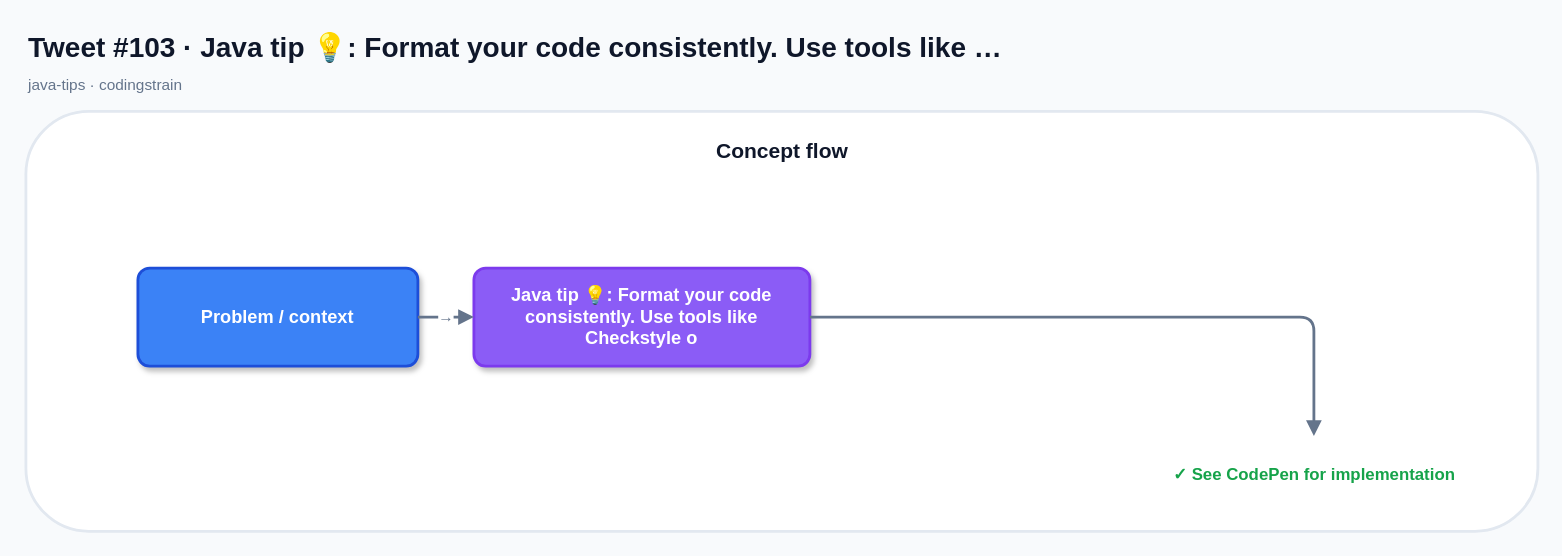
Above: x-posts-examples/generated-x-posts/drawio/tweet-103.drawio in mcasari/codingstrain (draw.io), before the change. Source tidied: cells renumbered, new cells numbered last; positions are measured from the earlier drawing's top-left corner, leaving out a move shared by most shapes. Both pictures are drawn from the tidied source at 140%, with x=0, y=0 at pixel (25, 24).
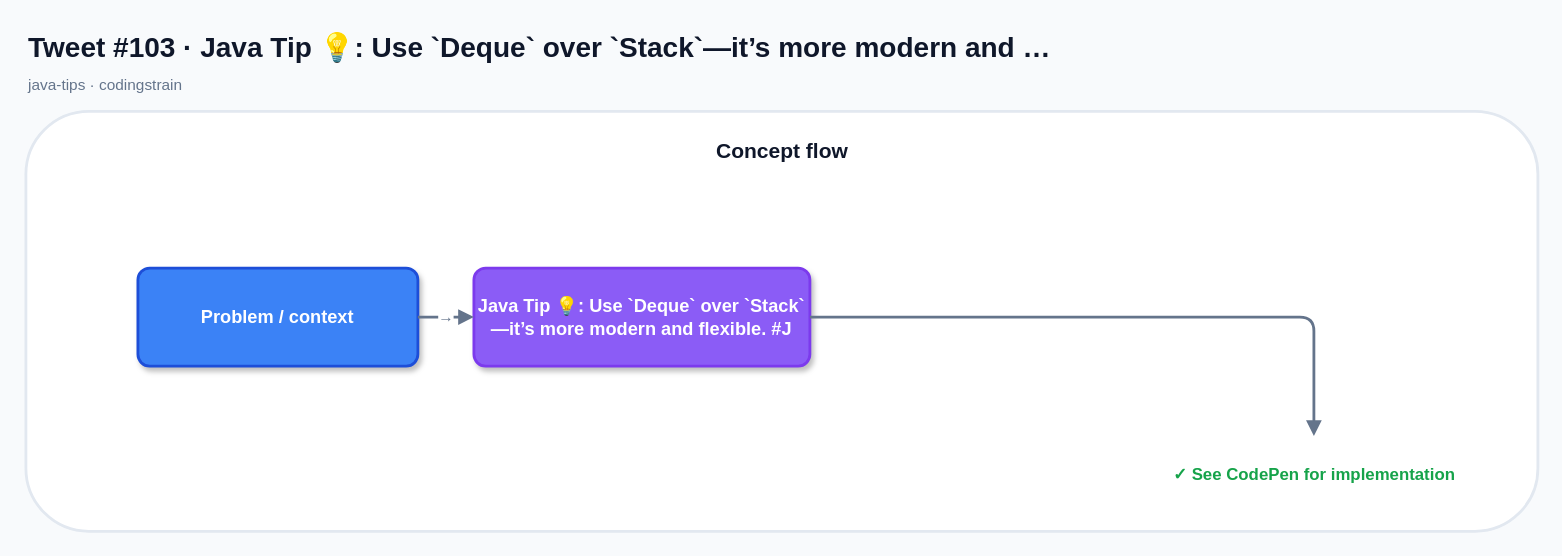
The same page after the edit.

Change to the diagram source:
```diff
@@
 <mxGraphModel background="#F8FAFC">
   <root>
     <mxCell id="0" />
     <mxCell id="1" parent="0" />
-    <mxCell id="2" value="Tweet #103 · Java tip 💡: Format your code consistently. Use tools like …" style="text;html=1;strokeColor=none;fillColor=none;align=left;verticalAlign=middle;fontSize=20;fontStyle=1;fontColor=#0F172A;" parent="1" vertex="1">
+    <mxCell id="2" value="Tweet #103 · Java Tip 💡: Use `Deque` over `Stack`—it’s more modern and …" style="text;html=1;strokeColor=none;fillColor=none;align=left;verticalAlign=middle;fontSize=20;fontStyle=1;fontColor=#0F172A;" parent="1" vertex="1">
       <mxGeometry width="760" height="32" as="geometry" />
     </mxCell>
     <mxCell id="3" value="java-tips · codingstrain" style="text;html=1;strokeColor=none;fillColor=none;align=left;verticalAlign=middle;fontSize=11;fontStyle=0;fontColor=#64748B;" parent="1" vertex="1">
       <mxGeometry y="32" width="520" height="22" as="geometry" />
     </mxCell>
     <mxCell id="4" style="rounded=1;fillColor=#FFFFFF;strokeColor=#E2E8F0;strokeWidth=2;shadow=0;" parent="1" vertex="1">
       <mxGeometry y="62" width="1080" height="300" as="geometry" />
     </mxCell>
     <mxCell id="5" value="Concept flow" style="text;html=1;strokeColor=none;fillColor=none;align=center;verticalAlign=middle;fontSize=15;fontStyle=1;fontColor=#0F172A;" parent="1" vertex="1">
       <mxGeometry x="20" y="76" width="1040" height="28" as="geometry" />
     </mxCell>
     <mxCell id="6" value="Problem / context" style="rounded=1;whiteSpace=wrap;html=1;arcSize=12;fillColor=#3B82F6;strokeColor=#1D4ED8;strokeWidth=2;fontColor=#FFFFFF;fontSize=13;fontStyle=1;shadow=1;align=center;verticalAlign=middle;" parent="1" vertex="1">
       <mxGeometry x="80" y="174" width="200" height="70" as="geometry" />
     </mxCell>
-    <mxCell id="7" value="Java tip 💡: Format your code consistently. Use tools like Checkstyle o" style="rounded=1;whiteSpace=wrap;html=1;arcSize=12;fillColor=#8B5CF6;strokeColor=#7C3AED;strokeWidth=2;fontColor=#FFFFFF;fontSize=13;fontStyle=1;shadow=1;align=center;verticalAlign=middle;" parent="1" vertex="1">
+    <mxCell id="7" value="Java Tip 💡: Use `Deque` over `Stack`—it’s more modern and flexible. #J" style="rounded=1;whiteSpace=wrap;html=1;arcSize=12;fillColor=#8B5CF6;strokeColor=#7C3AED;strokeWidth=2;fontColor=#FFFFFF;fontSize=13;fontStyle=1;shadow=1;align=center;verticalAlign=middle;" parent="1" vertex="1">
       <mxGeometry x="320" y="174" width="240" height="70" as="geometry" />
     </mxCell>
     <mxCell id="8" value="→" style="edgeStyle=orthogonalEdgeStyle;rounded=1;jettySize=auto;html=1;endArrow=block;endFill=1;startArrow=none;strokeColor=#64748B;strokeWidth=2;fontColor=#64748B;fontSize=11;" parent="1" edge="1" source="6" target="7">
       <mxGeometry relative="1" as="geometry" />
     </mxCell>
     <mxCell id="9" value="✓ See CodePen for implementation" style="text;html=1;strokeColor=none;fillColor=none;align=center;verticalAlign=middle;fontSize=12;fontStyle=1;fontColor=#16A34A;" parent="1" vertex="1">
       <mxGeometry x="800" y="294" width="240" height="56" as="geometry" />
     </mxCell>
     <mxCell id="10" style="edgeStyle=orthogonalEdgeStyle;rounded=1;jettySize=auto;html=1;endArrow=block;endFill=1;startArrow=none;strokeColor=#64748B;strokeWidth=2;fontColor=#64748B;fontSize=11;" parent="1" edge="1" source="7" target="9">
       <mxGeometry relative="1" as="geometry" />
     </mxCell>
   </root>
 </mxGraphModel>
```
